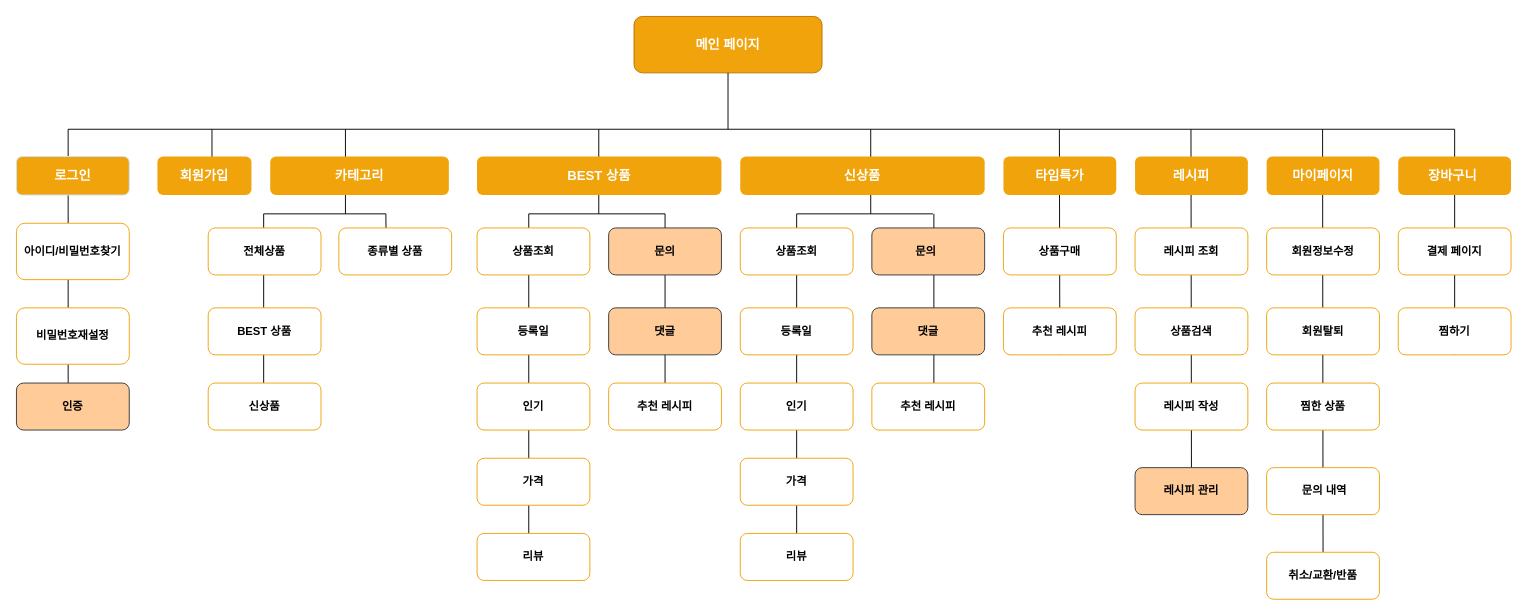
wjdwodhs/Flowchart keeps this draw.io diagram as Flowchart.drawio. Above is the earlier version. Source tidied: cells renumbered, new cells numbered last; positions are measured from the earlier drawing's top-left corner, leaving out a move shared by most shapes. Both pictures are drawn from the tidied source at 94%, with x=0, y=0 at pixel (16, 16).
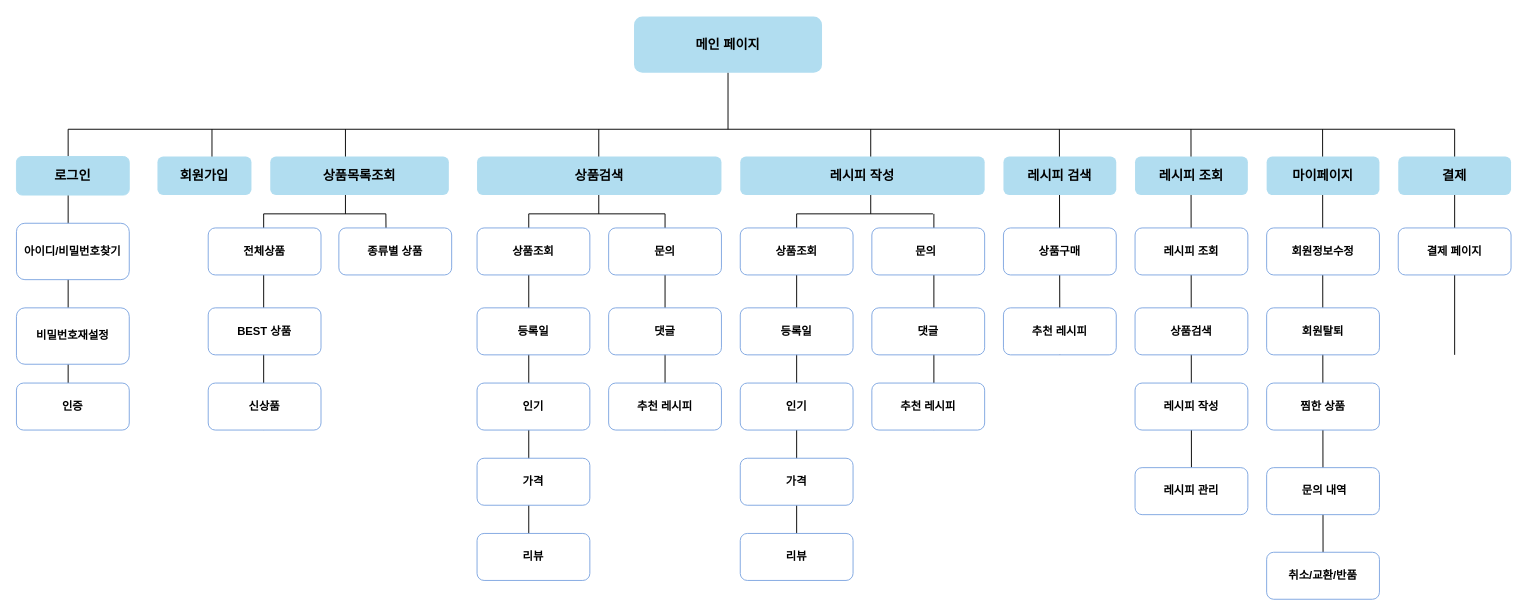
After the change.

What changed in the source:
```diff
@@
-    <mxCell id="2" value="&lt;h3&gt;&lt;font color=&quot;#ffffff&quot; style=&quot;font-size: 14px;&quot;&gt;메인 페이지&lt;/font&gt;&lt;/h3&gt;" style="rounded=1;whiteSpace=wrap;html=1;fillColor=#F0A30A;strokeColor=#BD7000;fontColor=#000000;" parent="1" vertex="1">
+    <mxCell id="2" value="&lt;h3&gt;&lt;font style=&quot;font-size: 14px;&quot;&gt;메인 페이지&lt;/font&gt;&lt;/h3&gt;" style="rounded=1;whiteSpace=wrap;html=1;fillColor=#B1DDF0;strokeColor=none;fontColor=#000000;" parent="1" vertex="1">
       <mxGeometry x="657" width="200" height="60" as="geometry" />
     </mxCell>
@@
-    <mxCell id="7" value="&lt;h3&gt;&lt;font color=&quot;#ffffff&quot; style=&quot;font-size: 14px;&quot;&gt;로그인&lt;/font&gt;&lt;/h3&gt;" style="rounded=1;whiteSpace=wrap;html=1;fillColor=#F0A30A;strokeColor=#CCE5FF;" parent="1" vertex="1">
+    <mxCell id="7" value="&lt;h3&gt;&lt;font style=&quot;font-size: 14px;&quot;&gt;로그인&lt;/font&gt;&lt;/h3&gt;" style="rounded=1;whiteSpace=wrap;html=1;fillColor=#B1DDF0;strokeColor=#B1DDF0;" parent="1" vertex="1">
       <mxGeometry y="149" width="120" height="41" as="geometry" />
     </mxCell>
-    <mxCell id="8" value="&lt;h3&gt;&lt;font color=&quot;#ffffff&quot; style=&quot;font-size: 14px;&quot;&gt;회원가입&lt;/font&gt;&lt;/h3&gt;" style="rounded=1;whiteSpace=wrap;html=1;fillColor=#F0A30A;strokeColor=none;" parent="1" vertex="1">
+    <mxCell id="8" value="&lt;h3 style=&quot;border-color: var(--border-color);&quot;&gt;&lt;span style=&quot;font-size: 14px;&quot;&gt;회원가입&lt;/span&gt;&lt;/h3&gt;" style="rounded=1;whiteSpace=wrap;html=1;fillColor=#B1DDF0;strokeColor=none;" parent="1" vertex="1">
       <mxGeometry x="150" y="149" width="100" height="41" as="geometry" />
     </mxCell>
@@
-    <mxCell id="11" value="&lt;h3&gt;&lt;font color=&quot;#ffffff&quot;&gt;&lt;span style=&quot;font-size: 14px;&quot;&gt;레시피&lt;/span&gt;&lt;/font&gt;&lt;/h3&gt;" style="rounded=1;whiteSpace=wrap;html=1;fillColor=#F0A30A;strokeColor=none;" parent="1" vertex="1">
+    <mxCell id="11" value="&lt;h3&gt;&lt;span style=&quot;font-size: 14px;&quot;&gt;레시피 조회&lt;/span&gt;&lt;/h3&gt;" style="rounded=1;whiteSpace=wrap;html=1;fillColor=#B1DDF0;strokeColor=none;" parent="1" vertex="1">
       <mxGeometry x="1190" y="149" width="120" height="41" as="geometry" />
     </mxCell>
-    <mxCell id="12" value="&lt;font style=&quot;font-size: 12px;&quot;&gt;&lt;b&gt;아이디/비밀번호찾기&lt;/b&gt;&lt;/font&gt;" style="rounded=1;whiteSpace=wrap;html=1;strokeColor=#F0A30A;" parent="1" vertex="1">
+    <mxCell id="12" value="&lt;font style=&quot;font-size: 12px;&quot;&gt;&lt;b&gt;아이디/비밀번호찾기&lt;/b&gt;&lt;/font&gt;" style="rounded=1;whiteSpace=wrap;html=1;strokeColor=#7EA6E0;" parent="1" vertex="1">
       <mxGeometry y="220" width="120" height="60" as="geometry" />
     </mxCell>
-    <mxCell id="13" value="&lt;b&gt;비밀번호재설정&lt;/b&gt;" style="rounded=1;whiteSpace=wrap;html=1;strokeColor=#F0A30A;" parent="1" vertex="1">
+    <mxCell id="13" value="&lt;b&gt;비밀번호재설정&lt;/b&gt;" style="rounded=1;whiteSpace=wrap;html=1;strokeColor=#7EA6E0;" parent="1" vertex="1">
       <mxGeometry y="310" width="120" height="60" as="geometry" />
     </mxCell>
@@
-    <mxCell id="16" value="&lt;h3&gt;&lt;span style=&quot;font-size: 14px;&quot;&gt;&lt;font color=&quot;#ffffff&quot;&gt;카테고리&lt;/font&gt;&lt;/span&gt;&lt;/h3&gt;" style="rounded=1;whiteSpace=wrap;html=1;fillColor=#F0A30A;strokeColor=none;" parent="1" vertex="1">
+    <mxCell id="16" value="&lt;h3&gt;&lt;span style=&quot;font-size: 14px;&quot;&gt;상품목록조회&lt;/span&gt;&lt;/h3&gt;" style="rounded=1;whiteSpace=wrap;html=1;fillColor=#B1DDF0;strokeColor=none;" parent="1" vertex="1">
       <mxGeometry x="270" y="149" width="190" height="41" as="geometry" />
     </mxCell>
@@
-    <mxCell id="19" value="&lt;b&gt;종류별 상품&lt;/b&gt;" style="rounded=1;whiteSpace=wrap;html=1;strokeColor=#F0A30A;" parent="1" vertex="1">
+    <mxCell id="19" value="&lt;b&gt;종류별 상품&lt;/b&gt;" style="rounded=1;whiteSpace=wrap;html=1;strokeColor=#7EA6E0;" parent="1" vertex="1">
       <mxGeometry x="343" y="225" width="120" height="50" as="geometry" />
     </mxCell>
@@
-    <mxCell id="22" value="&lt;b&gt;전체상품&lt;/b&gt;" style="rounded=1;whiteSpace=wrap;html=1;strokeColor=#F0A30A;" parent="1" vertex="1">
+    <mxCell id="22" value="&lt;b&gt;전체상품&lt;/b&gt;" style="rounded=1;whiteSpace=wrap;html=1;strokeColor=#7EA6E0;" parent="1" vertex="1">
       <mxGeometry x="204" y="225" width="120" height="50" as="geometry" />
     </mxCell>
-    <mxCell id="23" value="&lt;b&gt;BEST 상품&lt;/b&gt;" style="rounded=1;whiteSpace=wrap;html=1;strokeColor=#F0A30A;" parent="1" vertex="1">
+    <mxCell id="23" value="&lt;b&gt;BEST 상품&lt;/b&gt;" style="rounded=1;whiteSpace=wrap;html=1;strokeColor=#7EA6E0;" parent="1" vertex="1">
       <mxGeometry x="204" y="310" width="120" height="50" as="geometry" />
     </mxCell>
-    <mxCell id="24" value="&lt;b&gt;신상품&lt;/b&gt;" style="rounded=1;whiteSpace=wrap;html=1;strokeColor=#F0A30A;" parent="1" vertex="1">
+    <mxCell id="24" value="&lt;b&gt;신상품&lt;/b&gt;" style="rounded=1;whiteSpace=wrap;html=1;strokeColor=#7EA6E0;" parent="1" vertex="1">
       <mxGeometry x="204" y="390" width="120" height="50" as="geometry" />
     </mxCell>
@@
-    <mxCell id="26" value="&lt;h3&gt;&lt;font color=&quot;#ffffff&quot;&gt;&lt;span style=&quot;font-size: 14px;&quot;&gt;마이페이지&lt;/span&gt;&lt;/font&gt;&lt;/h3&gt;" style="rounded=1;whiteSpace=wrap;html=1;fillColor=#F0A30A;strokeColor=none;" parent="1" vertex="1">
+    <mxCell id="26" value="&lt;h3&gt;&lt;span style=&quot;font-size: 14px;&quot;&gt;마이페이지&lt;/span&gt;&lt;/h3&gt;" style="rounded=1;whiteSpace=wrap;html=1;fillColor=#B1DDF0;strokeColor=none;" parent="1" vertex="1">
       <mxGeometry x="1330" y="149" width="120" height="41" as="geometry" />
     </mxCell>
-    <mxCell id="27" value="&lt;b&gt;상품조회&lt;/b&gt;" style="rounded=1;whiteSpace=wrap;html=1;strokeColor=#F0A30A;" parent="1" vertex="1">
+    <mxCell id="27" value="&lt;b&gt;상품조회&lt;/b&gt;" style="rounded=1;whiteSpace=wrap;html=1;strokeColor=#7EA6E0;" parent="1" vertex="1">
       <mxGeometry x="490" y="225" width="120" height="50" as="geometry" />
     </mxCell>
-    <mxCell id="28" value="&lt;b&gt;등록일&lt;/b&gt;" style="rounded=1;whiteSpace=wrap;html=1;strokeColor=#F0A30A;" parent="1" vertex="1">
+    <mxCell id="28" value="&lt;b&gt;등록일&lt;/b&gt;" style="rounded=1;whiteSpace=wrap;html=1;strokeColor=#7EA6E0;" parent="1" vertex="1">
       <mxGeometry x="490" y="310" width="120" height="50" as="geometry" />
     </mxCell>
-    <mxCell id="29" value="&lt;b&gt;인기&lt;/b&gt;" style="rounded=1;whiteSpace=wrap;html=1;strokeColor=#F0A30A;" parent="1" vertex="1">
+    <mxCell id="29" value="&lt;b&gt;인기&lt;/b&gt;" style="rounded=1;whiteSpace=wrap;html=1;strokeColor=#7EA6E0;" parent="1" vertex="1">
       <mxGeometry x="490" y="390" width="120" height="50" as="geometry" />
     </mxCell>
-    <mxCell id="30" value="&lt;b&gt;가격&lt;/b&gt;" style="rounded=1;whiteSpace=wrap;html=1;strokeColor=#F0A30A;" parent="1" vertex="1">
+    <mxCell id="30" value="&lt;b&gt;가격&lt;/b&gt;" style="rounded=1;whiteSpace=wrap;html=1;strokeColor=#7EA6E0;" parent="1" vertex="1">
       <mxGeometry x="490" y="470" width="120" height="50" as="geometry" />
     </mxCell>
-    <mxCell id="31" value="&lt;b&gt;문의&lt;/b&gt;" style="rounded=1;whiteSpace=wrap;html=1;strokeColor=#36393d;fillColor=#ffcc99;" parent="1" vertex="1">
+    <mxCell id="31" value="&lt;b&gt;문의&lt;/b&gt;" style="rounded=1;whiteSpace=wrap;html=1;strokeColor=#7EA6E0;fillColor=#FFFFFF;" parent="1" vertex="1">
       <mxGeometry x="630" y="225" width="120" height="50" as="geometry" />
     </mxCell>
-    <mxCell id="32" value="&lt;b&gt;댓글&lt;/b&gt;" style="rounded=1;whiteSpace=wrap;html=1;strokeColor=#36393d;fillColor=#ffcc99;" parent="1" vertex="1">
+    <mxCell id="32" value="&lt;b&gt;댓글&lt;/b&gt;" style="rounded=1;whiteSpace=wrap;html=1;strokeColor=#7EA6E0;fillColor=#FFFFFF;" parent="1" vertex="1">
       <mxGeometry x="630" y="310" width="120" height="50" as="geometry" />
     </mxCell>
-    <mxCell id="33" value="&lt;b&gt;추천 레시피&lt;/b&gt;" style="rounded=1;whiteSpace=wrap;html=1;strokeColor=#F0A30A;" parent="1" vertex="1">
+    <mxCell id="33" value="&lt;b&gt;추천 레시피&lt;/b&gt;" style="rounded=1;whiteSpace=wrap;html=1;strokeColor=#7EA6E0;" parent="1" vertex="1">
       <mxGeometry x="630" y="390" width="120" height="50" as="geometry" />
     </mxCell>
-    <mxCell id="34" value="&lt;h3&gt;&lt;font color=&quot;#ffffff&quot;&gt;&lt;span style=&quot;font-size: 14px;&quot;&gt;타임특가&lt;/span&gt;&lt;/font&gt;&lt;/h3&gt;" style="rounded=1;whiteSpace=wrap;html=1;fillColor=#F0A30A;strokeColor=none;" parent="1" vertex="1">
+    <mxCell id="34" value="&lt;h3&gt;&lt;span style=&quot;font-size: 14px;&quot;&gt;레시피 검색&lt;/span&gt;&lt;/h3&gt;" style="rounded=1;whiteSpace=wrap;html=1;fillColor=#B1DDF0;strokeColor=none;" parent="1" vertex="1">
       <mxGeometry x="1050" y="149" width="120" height="41" as="geometry" />
     </mxCell>
-    <mxCell id="35" value="&lt;b&gt;리뷰&lt;/b&gt;" style="rounded=1;whiteSpace=wrap;html=1;strokeColor=#F0A30A;" parent="1" vertex="1">
+    <mxCell id="35" value="&lt;b&gt;리뷰&lt;/b&gt;" style="rounded=1;whiteSpace=wrap;html=1;strokeColor=#7EA6E0;" parent="1" vertex="1">
       <mxGeometry x="490" y="550" width="120" height="50" as="geometry" />
     </mxCell>
@@
-    <mxCell id="38" value="&lt;h3 style=&quot;border-color: var(--border-color);&quot;&gt;&lt;font color=&quot;#ffffff&quot;&gt;BEST 상품&lt;/font&gt;&lt;/h3&gt;" style="rounded=1;whiteSpace=wrap;html=1;fillColor=#F0A30A;strokeColor=none;" parent="1" vertex="1">
+    <mxCell id="38" value="&lt;h3 style=&quot;border-color: var(--border-color);&quot;&gt;상품검색&lt;/h3&gt;" style="rounded=1;whiteSpace=wrap;html=1;fillColor=#B1DDF0;strokeColor=none;" parent="1" vertex="1">
       <mxGeometry x="490" y="149" width="260" height="41" as="geometry" />
     </mxCell>
@@
-    <mxCell id="40" value="&lt;h3&gt;&lt;font color=&quot;#ffffff&quot;&gt;&lt;span style=&quot;font-size: 14px;&quot;&gt;신상품&lt;/span&gt;&lt;/font&gt;&lt;/h3&gt;" style="rounded=1;whiteSpace=wrap;html=1;fillColor=#F0A30A;strokeColor=none;" parent="1" vertex="1">
+    <mxCell id="40" value="&lt;h3&gt;&lt;span style=&quot;font-size: 14px;&quot;&gt;레시피 작성&lt;/span&gt;&lt;/h3&gt;" style="rounded=1;whiteSpace=wrap;html=1;fillColor=#B1DDF0;strokeColor=none;" parent="1" vertex="1">
       <mxGeometry x="770" y="149" width="260" height="41" as="geometry" />
     </mxCell>
@@
-    <mxCell id="44" value="&lt;b&gt;상품조회&lt;/b&gt;" style="rounded=1;whiteSpace=wrap;html=1;strokeColor=#F0A30A;" parent="1" vertex="1">
+    <mxCell id="44" value="&lt;b&gt;상품조회&lt;/b&gt;" style="rounded=1;whiteSpace=wrap;html=1;strokeColor=#7EA6E0;" parent="1" vertex="1">
       <mxGeometry x="770" y="225" width="120" height="50" as="geometry" />
     </mxCell>
-    <mxCell id="45" value="&lt;b&gt;등록일&lt;/b&gt;" style="rounded=1;whiteSpace=wrap;html=1;strokeColor=#F0A30A;" parent="1" vertex="1">
+    <mxCell id="45" value="&lt;b&gt;등록일&lt;/b&gt;" style="rounded=1;whiteSpace=wrap;html=1;strokeColor=#7EA6E0;" parent="1" vertex="1">
       <mxGeometry x="770" y="310" width="120" height="50" as="geometry" />
     </mxCell>
-    <mxCell id="46" value="&lt;b&gt;인기&lt;/b&gt;" style="rounded=1;whiteSpace=wrap;html=1;strokeColor=#F0A30A;" parent="1" vertex="1">
+    <mxCell id="46" value="&lt;b&gt;인기&lt;/b&gt;" style="rounded=1;whiteSpace=wrap;html=1;strokeColor=#7EA6E0;" parent="1" vertex="1">
       <mxGeometry x="770" y="390" width="120" height="50" as="geometry" />
     </mxCell>
-    <mxCell id="47" value="&lt;b&gt;가격&lt;/b&gt;" style="rounded=1;whiteSpace=wrap;html=1;strokeColor=#F0A30A;" parent="1" vertex="1">
+    <mxCell id="47" value="&lt;b&gt;가격&lt;/b&gt;" style="rounded=1;whiteSpace=wrap;html=1;strokeColor=#7EA6E0;" parent="1" vertex="1">
       <mxGeometry x="770" y="470" width="120" height="50" as="geometry" />
     </mxCell>
-    <mxCell id="48" value="&lt;b&gt;리뷰&lt;/b&gt;" style="rounded=1;whiteSpace=wrap;html=1;strokeColor=#F0A30A;" parent="1" vertex="1">
+    <mxCell id="48" value="&lt;b&gt;리뷰&lt;/b&gt;" style="rounded=1;whiteSpace=wrap;html=1;strokeColor=#7EA6E0;" parent="1" vertex="1">
       <mxGeometry x="770" y="550" width="120" height="50" as="geometry" />
     </mxCell>
-    <mxCell id="49" value="&lt;b&gt;문의&lt;span style=&quot;white-space: pre;&quot;&gt;&#9;&lt;/span&gt;&lt;/b&gt;" style="rounded=1;whiteSpace=wrap;html=1;strokeColor=#36393d;fillColor=#ffcc99;" parent="1" vertex="1">
+    <mxCell id="49" value="&lt;b&gt;문의&lt;span style=&quot;white-space: pre;&quot;&gt;&#9;&lt;/span&gt;&lt;/b&gt;" style="rounded=1;whiteSpace=wrap;html=1;strokeColor=#7EA6E0;fillColor=#FFFFFF;" parent="1" vertex="1">
       <mxGeometry x="910" y="225" width="120" height="50" as="geometry" />
     </mxCell>
-    <mxCell id="50" value="&lt;b&gt;댓글&lt;/b&gt;" style="rounded=1;whiteSpace=wrap;html=1;strokeColor=#36393d;fillColor=#ffcc99;" parent="1" vertex="1">
+    <mxCell id="50" value="&lt;b&gt;댓글&lt;/b&gt;" style="rounded=1;whiteSpace=wrap;html=1;strokeColor=#7EA6E0;fillColor=#FFFFFF;" parent="1" vertex="1">
       <mxGeometry x="910" y="310" width="120" height="50" as="geometry" />
     </mxCell>
-    <mxCell id="51" value="&lt;b&gt;추천 레시피&lt;/b&gt;" style="rounded=1;whiteSpace=wrap;html=1;strokeColor=#F0A30A;" parent="1" vertex="1">
+    <mxCell id="51" value="&lt;b&gt;추천 레시피&lt;/b&gt;" style="rounded=1;whiteSpace=wrap;html=1;strokeColor=#7EA6E0;" parent="1" vertex="1">
       <mxGeometry x="910" y="390" width="120" height="50" as="geometry" />
     </mxCell>
-    <mxCell id="52" value="&lt;b&gt;상품구매&lt;/b&gt;" style="rounded=1;whiteSpace=wrap;html=1;strokeColor=#F0A30A;" parent="1" vertex="1">
+    <mxCell id="52" value="&lt;b&gt;상품구매&lt;/b&gt;" style="rounded=1;whiteSpace=wrap;html=1;strokeColor=#7EA6E0;" parent="1" vertex="1">
       <mxGeometry x="1050" y="225" width="120" height="50" as="geometry" />
     </mxCell>
-    <mxCell id="53" value="&lt;b&gt;추천 레시피&lt;/b&gt;" style="rounded=1;whiteSpace=wrap;html=1;strokeColor=#F0A30A;" parent="1" vertex="1">
+    <mxCell id="53" value="&lt;b&gt;추천 레시피&lt;/b&gt;" style="rounded=1;whiteSpace=wrap;html=1;strokeColor=#7EA6E0;" parent="1" vertex="1">
       <mxGeometry x="1050" y="310" width="120" height="50" as="geometry" />
     </mxCell>
-    <mxCell id="54" value="&lt;b&gt;레시피 조회&lt;/b&gt;" style="rounded=1;whiteSpace=wrap;html=1;strokeColor=#F0A30A;" parent="1" vertex="1">
+    <mxCell id="54" value="&lt;b&gt;레시피 조회&lt;/b&gt;" style="rounded=1;whiteSpace=wrap;html=1;strokeColor=#7EA6E0;" parent="1" vertex="1">
       <mxGeometry x="1190" y="225" width="120" height="50" as="geometry" />
     </mxCell>
-    <mxCell id="55" value="&lt;b&gt;상품검색&lt;/b&gt;" style="rounded=1;whiteSpace=wrap;html=1;strokeColor=#F0A30A;" parent="1" vertex="1">
+    <mxCell id="55" value="&lt;b&gt;상품검색&lt;/b&gt;" style="rounded=1;whiteSpace=wrap;html=1;strokeColor=#7EA6E0;" parent="1" vertex="1">
       <mxGeometry x="1190" y="310" width="120" height="50" as="geometry" />
     </mxCell>
-    <mxCell id="56" value="&lt;b&gt;레시피 작성&lt;/b&gt;" style="rounded=1;whiteSpace=wrap;html=1;strokeColor=#F0A30A;" parent="1" vertex="1">
+    <mxCell id="56" value="&lt;b&gt;레시피 작성&lt;/b&gt;" style="rounded=1;whiteSpace=wrap;html=1;strokeColor=#7EA6E0;" parent="1" vertex="1">
       <mxGeometry x="1190" y="390" width="120" height="50" as="geometry" />
     </mxCell>
-    <mxCell id="57" value="&lt;b&gt;회원정보수정&lt;/b&gt;" style="rounded=1;whiteSpace=wrap;html=1;strokeColor=#F0A30A;" parent="1" vertex="1">
+    <mxCell id="57" value="&lt;b&gt;회원정보수정&lt;/b&gt;" style="rounded=1;whiteSpace=wrap;html=1;strokeColor=#7EA6E0;" parent="1" vertex="1">
       <mxGeometry x="1330" y="225" width="120" height="50" as="geometry" />
     </mxCell>
-    <mxCell id="58" value="&lt;b&gt;회원탈퇴&lt;/b&gt;" style="rounded=1;whiteSpace=wrap;html=1;strokeColor=#F0A30A;" parent="1" vertex="1">
+    <mxCell id="58" value="&lt;b&gt;회원탈퇴&lt;/b&gt;" style="rounded=1;whiteSpace=wrap;html=1;strokeColor=#7EA6E0;" parent="1" vertex="1">
       <mxGeometry x="1330" y="310" width="120" height="50" as="geometry" />
     </mxCell>
-    <mxCell id="59" value="&lt;b&gt;찜한 상품&lt;/b&gt;" style="rounded=1;whiteSpace=wrap;html=1;strokeColor=#F0A30A;" parent="1" vertex="1">
+    <mxCell id="59" value="&lt;b&gt;찜한 상품&lt;/b&gt;" style="rounded=1;whiteSpace=wrap;html=1;strokeColor=#7EA6E0;" parent="1" vertex="1">
       <mxGeometry x="1330" y="390" width="120" height="50" as="geometry" />
     </mxCell>
-    <mxCell id="60" value="&lt;b&gt;&amp;nbsp;문의 내역&lt;/b&gt;" style="rounded=1;whiteSpace=wrap;html=1;strokeColor=#F0A30A;" parent="1" vertex="1">
+    <mxCell id="60" value="&lt;b&gt;&amp;nbsp;문의 내역&lt;/b&gt;" style="rounded=1;whiteSpace=wrap;html=1;strokeColor=#7EA6E0;" parent="1" vertex="1">
       <mxGeometry x="1330" y="480" width="120" height="50" as="geometry" />
     </mxCell>
-    <mxCell id="61" value="&lt;b&gt;취소/교환/반품&lt;/b&gt;" style="rounded=1;whiteSpace=wrap;html=1;strokeColor=#F0A30A;" parent="1" vertex="1">
+    <mxCell id="61" value="&lt;b&gt;취소/교환/반품&lt;/b&gt;" style="rounded=1;whiteSpace=wrap;html=1;strokeColor=#7EA6E0;" parent="1" vertex="1">
       <mxGeometry x="1330" y="570" width="120" height="50" as="geometry" />
     </mxCell>
-    <mxCell id="62" value="&lt;b&gt;레시피 관리&lt;/b&gt;" style="rounded=1;whiteSpace=wrap;html=1;strokeColor=#36393d;fillColor=#ffcc99;" parent="1" vertex="1">
+    <mxCell id="62" value="&lt;b&gt;레시피 관리&lt;/b&gt;" style="rounded=1;whiteSpace=wrap;html=1;strokeColor=#7EA6E0;fillColor=#FFFFFF;" parent="1" vertex="1">
       <mxGeometry x="1190" y="480" width="120" height="50" as="geometry" />
     </mxCell>
-    <mxCell id="63" style="endArrow=none;html=1;rounded=0;exitX=0.5;exitY=1;exitDx=0;exitDy=0;exitPerimeter=0;" parent="1" edge="1" source="66">
+    <mxCell id="63" style="endArrow=none;html=1;rounded=0;exitX=0.5;exitY=1;exitDx=0;exitDy=0;exitPerimeter=0;" parent="1" edge="1">
       <mxGeometry relative="1" as="geometry">
+        <mxPoint x="1530" y="360" as="sourcePoint" />
         <mxPoint x="1530" y="120" as="targetPoint" />
       </mxGeometry>
     </mxCell>
-    <mxCell id="64" value="&lt;h3&gt;&lt;font color=&quot;#ffffff&quot;&gt;&lt;span style=&quot;font-size: 14px;&quot;&gt;장바구니&amp;nbsp;&lt;/span&gt;&lt;/font&gt;&lt;/h3&gt;" style="rounded=1;whiteSpace=wrap;html=1;fillColor=#F0A30A;strokeColor=none;" parent="1" vertex="1">
+    <mxCell id="64" value="&lt;h3&gt;&lt;span style=&quot;font-size: 14px;&quot;&gt;결제&lt;/span&gt;&lt;/h3&gt;" style="rounded=1;whiteSpace=wrap;html=1;fillColor=#B1DDF0;strokeColor=none;" parent="1" vertex="1">
       <mxGeometry x="1470" y="149" width="120" height="41" as="geometry" />
     </mxCell>
-    <mxCell id="65" value="&lt;b&gt;결제 페이지&lt;/b&gt;" style="rounded=1;whiteSpace=wrap;html=1;strokeColor=#F0A30A;" parent="1" vertex="1">
+    <mxCell id="65" value="&lt;b&gt;결제 페이지&lt;/b&gt;" style="rounded=1;whiteSpace=wrap;html=1;strokeColor=#7EA6E0;" parent="1" vertex="1">
       <mxGeometry x="1470" y="225" width="120" height="50" as="geometry" />
     </mxCell>
-    <mxCell id="66" value="&lt;b&gt;찜하기&lt;/b&gt;" style="rounded=1;whiteSpace=wrap;html=1;strokeColor=#F0A30A;" parent="1" vertex="1">
-      <mxGeometry x="1470" y="310" width="120" height="50" as="geometry" />
-    </mxCell>
-    <mxCell id="67" value="&lt;b&gt;인증&lt;/b&gt;" style="rounded=1;whiteSpace=wrap;html=1;strokeColor=#36393d;fillColor=#ffcc99;" parent="1" vertex="1">
+    <mxCell id="67" value="&lt;b&gt;인증&lt;/b&gt;" style="rounded=1;whiteSpace=wrap;html=1;strokeColor=#7EA6E0;fillColor=#FFFFFF;" parent="1" vertex="1">
       <mxGeometry y="390" width="120" height="50" as="geometry" />
     </mxCell>
```
